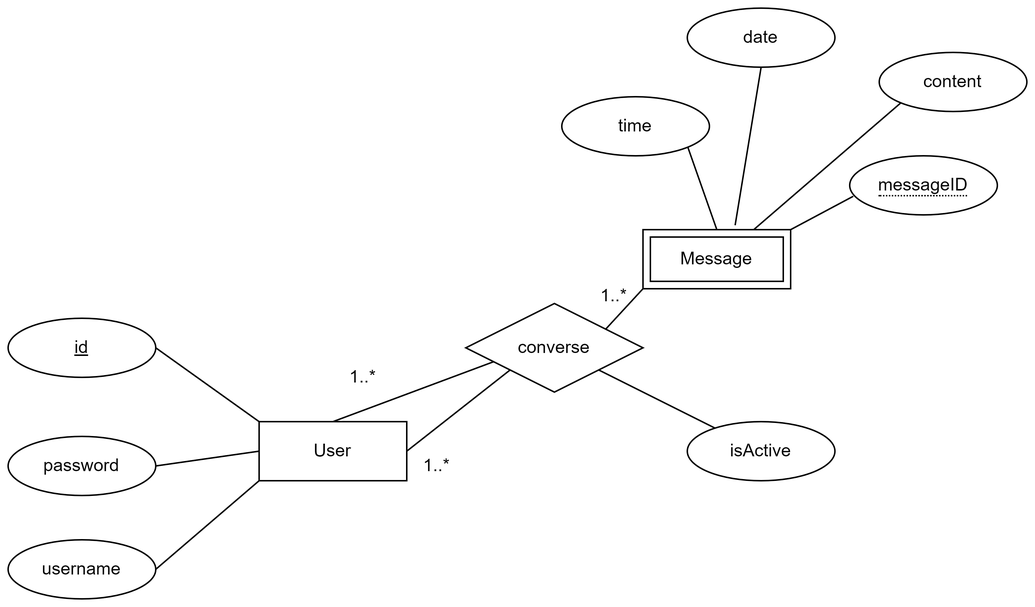
Before: Conception/Database entity-relationship diagram/ERD.png, a diagram exported from draw.io (mousssse/ChatApp). Source tidied: cells renumbered, new cells last; positions are measured from the earlier drawing's top-left corner, leaving out a move shared by most shapes. Its diagram source:
```xml
<mxGraphModel>
  <root>
    <mxCell id="0" />
    <mxCell id="1" parent="0" />
    <mxCell id="2" value="User" style="whiteSpace=wrap;html=1;align=center;" parent="1" vertex="1">
      <mxGeometry x="170" y="280" width="100" height="40" as="geometry" />
    </mxCell>
    <mxCell id="3" value="id" style="ellipse;whiteSpace=wrap;html=1;align=center;fontStyle=4;" parent="1" vertex="1">
      <mxGeometry y="210" width="100" height="40" as="geometry" />
    </mxCell>
    <mxCell id="4" value="password" style="ellipse;whiteSpace=wrap;html=1;align=center;" parent="1" vertex="1">
      <mxGeometry y="290" width="100" height="40" as="geometry" />
    </mxCell>
    <mxCell id="5" value="username" style="ellipse;whiteSpace=wrap;html=1;align=center;" parent="1" vertex="1">
      <mxGeometry y="360" width="100" height="40" as="geometry" />
    </mxCell>
    <mxCell id="6" style="endArrow=none;html=1;rounded=0;exitX=1;exitY=0.5;exitDx=0;exitDy=0;entryX=0;entryY=0;entryDx=0;entryDy=0;" parent="1" edge="1" source="3" target="2">
      <mxGeometry relative="1" as="geometry" />
    </mxCell>
    <mxCell id="7" style="endArrow=none;html=1;rounded=0;exitX=1;exitY=0.5;exitDx=0;exitDy=0;entryX=0;entryY=0.5;entryDx=0;entryDy=0;" parent="1" edge="1" source="4" target="2">
      <mxGeometry relative="1" as="geometry" />
    </mxCell>
    <mxCell id="8" style="endArrow=none;html=1;rounded=0;exitX=1;exitY=0.5;exitDx=0;exitDy=0;entryX=0;entryY=1;entryDx=0;entryDy=0;" parent="1" edge="1" source="5" target="2">
      <mxGeometry relative="1" as="geometry" />
    </mxCell>
    <mxCell id="9" value="Message" style="shape=ext;margin=3;double=1;whiteSpace=wrap;html=1;align=center;" parent="1" vertex="1">
      <mxGeometry x="430" y="150" width="100" height="40" as="geometry" />
    </mxCell>
    <mxCell id="10" style="endArrow=none;html=1;rounded=0;exitX=0;exitY=1;exitDx=0;exitDy=0;entryX=0.5;entryY=1;entryDx=0;entryDy=0;" parent="1" edge="1" source="9">
      <mxGeometry relative="1" as="geometry">
        <mxPoint x="370" y="255" as="targetPoint" />
      </mxGeometry>
    </mxCell>
    <mxCell id="11" style="endArrow=none;html=1;rounded=0;entryX=1;entryY=0;entryDx=0;entryDy=0;exitX=0.024;exitY=0.685;exitDx=0;exitDy=0;exitPerimeter=0;" parent="1" edge="1" source="12" target="9">
      <mxGeometry relative="1" as="geometry" />
    </mxCell>
    <mxCell id="12" value="&lt;span style=&quot;border-bottom: 1px dotted&quot;&gt;messageID&lt;/span&gt;" style="ellipse;whiteSpace=wrap;html=1;align=center;" parent="1" vertex="1">
      <mxGeometry x="570" y="100" width="100" height="40" as="geometry" />
    </mxCell>
    <mxCell id="13" value="converse" style="shape=rhombus;perimeter=rhombusPerimeter;whiteSpace=wrap;html=1;align=center;" parent="1" vertex="1">
      <mxGeometry x="310" y="200" width="120" height="60" as="geometry" />
    </mxCell>
    <mxCell id="14" style="endArrow=none;html=1;rounded=0;exitX=1;exitY=0.5;exitDx=0;exitDy=0;entryX=0;entryY=1;entryDx=0;entryDy=0;" parent="1" edge="1" source="2" target="13">
      <mxGeometry relative="1" as="geometry" />
    </mxCell>
    <mxCell id="15" style="endArrow=none;html=1;rounded=0;exitX=0.5;exitY=0;exitDx=0;exitDy=0;entryX=0.157;entryY=0.657;entryDx=0;entryDy=0;entryPerimeter=0;" parent="1" edge="1" source="2" target="13">
      <mxGeometry relative="1" as="geometry" />
    </mxCell>
    <mxCell id="16" value="1..*" style="text;html=1;align=center;verticalAlign=middle;strokeColor=none;fillColor=none;" parent="1" vertex="1">
      <mxGeometry x="270" y="295" width="40" height="30" as="geometry" />
    </mxCell>
    <mxCell id="17" value="1..*" style="text;html=1;align=center;verticalAlign=middle;strokeColor=none;fillColor=none;" parent="1" vertex="1">
      <mxGeometry x="220" y="235" width="40" height="30" as="geometry" />
    </mxCell>
    <mxCell id="18" value="1..*" style="text;html=1;align=center;verticalAlign=middle;strokeColor=none;fillColor=none;" parent="1" vertex="1">
      <mxGeometry x="390" y="180" width="40" height="30" as="geometry" />
    </mxCell>
    <mxCell id="19" value="date" style="ellipse;whiteSpace=wrap;html=1;align=center;" parent="1" vertex="1">
      <mxGeometry x="460" width="100" height="40" as="geometry" />
    </mxCell>
    <mxCell id="20" value="time" style="ellipse;whiteSpace=wrap;html=1;align=center;" parent="1" vertex="1">
      <mxGeometry x="375" y="60" width="100" height="40" as="geometry" />
    </mxCell>
    <mxCell id="21" value="content" style="ellipse;whiteSpace=wrap;html=1;align=center;" parent="1" vertex="1">
      <mxGeometry x="590" y="30" width="100" height="40" as="geometry" />
    </mxCell>
    <mxCell id="22" style="endArrow=none;html=1;rounded=0;entryX=1;entryY=1;entryDx=0;entryDy=0;exitX=0.5;exitY=0;exitDx=0;exitDy=0;" parent="1" edge="1" source="9" target="20">
      <mxGeometry relative="1" as="geometry" />
    </mxCell>
    <mxCell id="23" style="endArrow=none;html=1;rounded=0;entryX=0.624;entryY=-0.075;entryDx=0;entryDy=0;exitX=0.5;exitY=1;exitDx=0;exitDy=0;entryPerimeter=0;" parent="1" edge="1" source="19" target="9">
      <mxGeometry relative="1" as="geometry" />
    </mxCell>
    <mxCell id="24" style="endArrow=none;html=1;rounded=0;entryX=0.75;entryY=0;entryDx=0;entryDy=0;exitX=0;exitY=1;exitDx=0;exitDy=0;" parent="1" edge="1" source="21" target="9">
      <mxGeometry relative="1" as="geometry" />
    </mxCell>
    <mxCell id="25" value="isActive" style="ellipse;whiteSpace=wrap;html=1;align=center;" parent="1" vertex="1">
      <mxGeometry x="460" y="280" width="100" height="40" as="geometry" />
    </mxCell>
    <mxCell id="26" style="endArrow=none;html=1;rounded=0;entryX=1;entryY=1;entryDx=0;entryDy=0;" parent="1" edge="1" source="25" target="13">
      <mxGeometry relative="1" as="geometry" />
    </mxCell>
  </root>
</mxGraphModel>
```
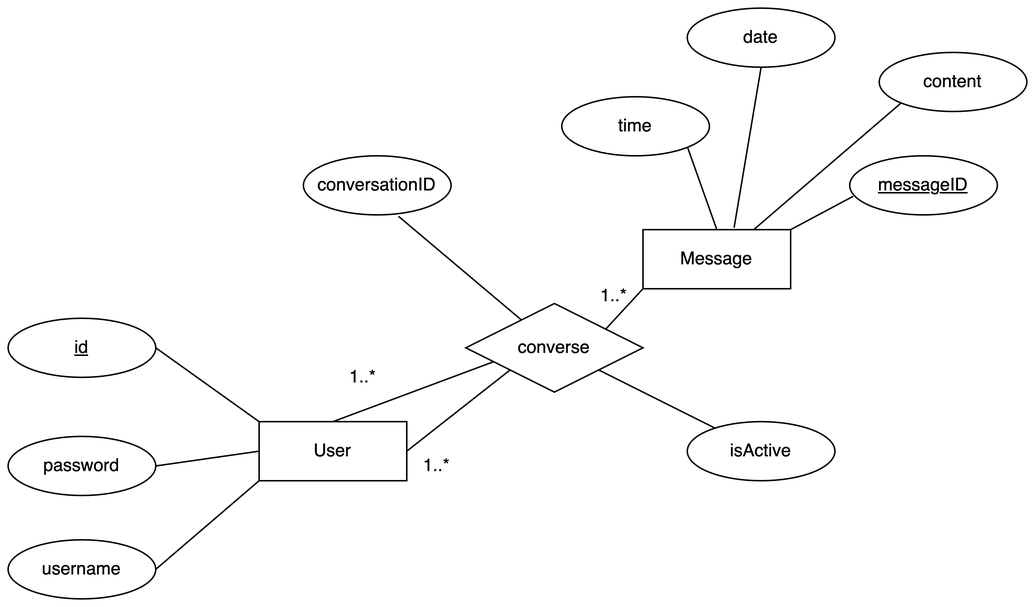
Later version of the same file.

The edit, as a diff of the source:
```diff
@@ -23,20 +23,18 @@
     <mxCell id="8" style="endArrow=none;html=1;rounded=0;exitX=1;exitY=0.5;exitDx=0;exitDy=0;entryX=0;entryY=1;entryDx=0;entryDy=0;" parent="1" edge="1" source="5" target="2">
       <mxGeometry relative="1" as="geometry" />
     </mxCell>
-    <mxCell id="9" value="Message" style="shape=ext;margin=3;double=1;whiteSpace=wrap;html=1;align=center;" parent="1" vertex="1">
-      <mxGeometry x="430" y="150" width="100" height="40" as="geometry" />
-    </mxCell>
-    <mxCell id="10" style="endArrow=none;html=1;rounded=0;exitX=0;exitY=1;exitDx=0;exitDy=0;entryX=0.5;entryY=1;entryDx=0;entryDy=0;" parent="1" edge="1" source="9">
+    <mxCell id="10" style="endArrow=none;html=1;rounded=0;exitX=0;exitY=1;exitDx=0;exitDy=0;entryX=0.5;entryY=1;entryDx=0;entryDy=0;" parent="1" edge="1">
       <mxGeometry relative="1" as="geometry">
+        <mxPoint x="430" y="190" as="sourcePoint" />
         <mxPoint x="370" y="255" as="targetPoint" />
       </mxGeometry>
     </mxCell>
-    <mxCell id="11" style="endArrow=none;html=1;rounded=0;entryX=1;entryY=0;entryDx=0;entryDy=0;exitX=0.024;exitY=0.685;exitDx=0;exitDy=0;exitPerimeter=0;" parent="1" edge="1" source="12" target="9">
-      <mxGeometry relative="1" as="geometry" />
+    <mxCell id="11" style="endArrow=none;html=1;rounded=0;entryX=1;entryY=0;entryDx=0;entryDy=0;exitX=0.024;exitY=0.685;exitDx=0;exitDy=0;exitPerimeter=0;" parent="1" edge="1">
+      <mxGeometry relative="1" as="geometry">
+        <mxPoint x="572.4" y="127.4" as="sourcePoint" />
+        <mxPoint x="530" y="150" as="targetPoint" />
+      </mxGeometry>
     </mxCell>
-    <mxCell id="12" value="&lt;span style=&quot;border-bottom: 1px dotted&quot;&gt;messageID&lt;/span&gt;" style="ellipse;whiteSpace=wrap;html=1;align=center;" parent="1" vertex="1">
-      <mxGeometry x="570" y="100" width="100" height="40" as="geometry" />
-    </mxCell>
     <mxCell id="13" value="converse" style="shape=rhombus;perimeter=rhombusPerimeter;whiteSpace=wrap;html=1;align=center;" parent="1" vertex="1">
       <mxGeometry x="310" y="200" width="120" height="60" as="geometry" />
     </mxCell>
@@ -64,14 +62,18 @@
     <mxCell id="21" value="content" style="ellipse;whiteSpace=wrap;html=1;align=center;" parent="1" vertex="1">
       <mxGeometry x="590" y="30" width="100" height="40" as="geometry" />
     </mxCell>
-    <mxCell id="22" style="endArrow=none;html=1;rounded=0;entryX=1;entryY=1;entryDx=0;entryDy=0;exitX=0.5;exitY=0;exitDx=0;exitDy=0;" parent="1" edge="1" source="9" target="20">
-      <mxGeometry relative="1" as="geometry" />
+    <mxCell id="22" style="endArrow=none;html=1;rounded=0;entryX=1;entryY=1;entryDx=0;entryDy=0;exitX=0.5;exitY=0;exitDx=0;exitDy=0;" parent="1" edge="1" target="20">
+      <mxGeometry relative="1" as="geometry">
+        <mxPoint x="480" y="150" as="sourcePoint" />
+      </mxGeometry>
     </mxCell>
-    <mxCell id="23" style="endArrow=none;html=1;rounded=0;entryX=0.624;entryY=-0.075;entryDx=0;entryDy=0;exitX=0.5;exitY=1;exitDx=0;exitDy=0;entryPerimeter=0;" parent="1" edge="1" source="19" target="9">
+    <mxCell id="23" style="endArrow=none;html=1;rounded=0;entryX=0.617;entryY=-0.032;entryDx=0;entryDy=0;exitX=0.5;exitY=1;exitDx=0;exitDy=0;entryPerimeter=0;" parent="1" edge="1" source="19" target="9">
       <mxGeometry relative="1" as="geometry" />
     </mxCell>
-    <mxCell id="24" style="endArrow=none;html=1;rounded=0;entryX=0.75;entryY=0;entryDx=0;entryDy=0;exitX=0;exitY=1;exitDx=0;exitDy=0;" parent="1" edge="1" source="21" target="9">
-      <mxGeometry relative="1" as="geometry" />
+    <mxCell id="24" style="endArrow=none;html=1;rounded=0;entryX=0.75;entryY=0;entryDx=0;entryDy=0;exitX=0;exitY=1;exitDx=0;exitDy=0;" parent="1" edge="1" source="21">
+      <mxGeometry relative="1" as="geometry">
+        <mxPoint x="505" y="150" as="targetPoint" />
+      </mxGeometry>
     </mxCell>
     <mxCell id="25" value="isActive" style="ellipse;whiteSpace=wrap;html=1;align=center;" parent="1" vertex="1">
       <mxGeometry x="460" y="280" width="100" height="40" as="geometry" />
@@ -79,5 +81,17 @@
     <mxCell id="26" style="endArrow=none;html=1;rounded=0;entryX=1;entryY=1;entryDx=0;entryDy=0;" parent="1" edge="1" source="25" target="13">
       <mxGeometry relative="1" as="geometry" />
     </mxCell>
+    <mxCell id="12" value="messageID" style="ellipse;whiteSpace=wrap;html=1;align=center;fontStyle=4;" parent="1" vertex="1">
+      <mxGeometry x="570" y="100" width="100" height="40" as="geometry" />
+    </mxCell>
+    <mxCell id="9" value="Message" style="whiteSpace=wrap;html=1;align=center;" parent="1" vertex="1">
+      <mxGeometry x="430" y="150" width="100" height="40" as="geometry" />
+    </mxCell>
+    <mxCell id="27" value="conversationID" style="ellipse;whiteSpace=wrap;html=1;align=center;" parent="1" vertex="1">
+      <mxGeometry x="200" y="100" width="100" height="40" as="geometry" />
+    </mxCell>
+    <mxCell id="28" style="endArrow=none;html=1;rounded=0;exitX=0.644;exitY=1.024;exitDx=0;exitDy=0;exitPerimeter=0;" parent="1" edge="1" source="27" target="13">
+      <mxGeometry relative="1" as="geometry" />
+    </mxCell>
   </root>
 </mxGraphModel>
```
